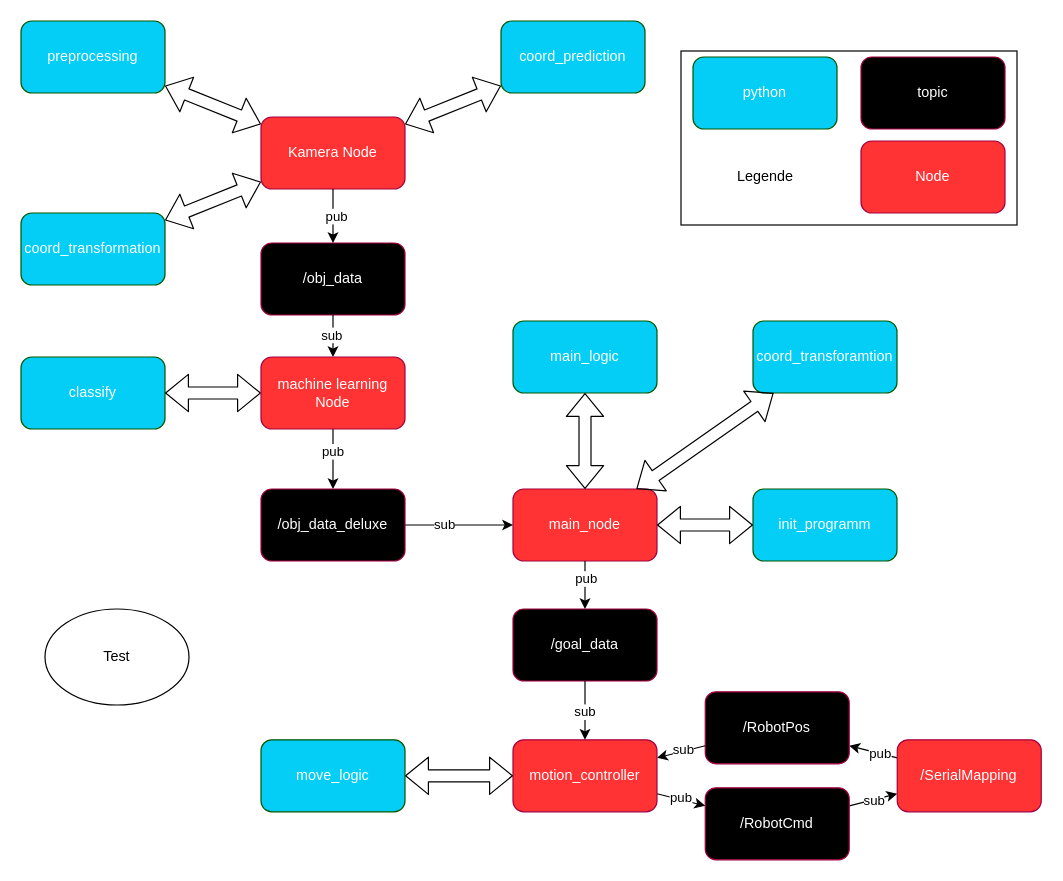
The draw.io diagram misc/SW_architecture_simple.drawio in ibinsandig/Portal-zur-Exmatrikulation, before the edit. Source tidied: cells renumbered, new cells numbered last; positions are measured from the earlier drawing's top-left corner, leaving out a move shared by most shapes. Both pictures are drawn from the tidied source at 120%, with x=0, y=0 at pixel (20, 20).
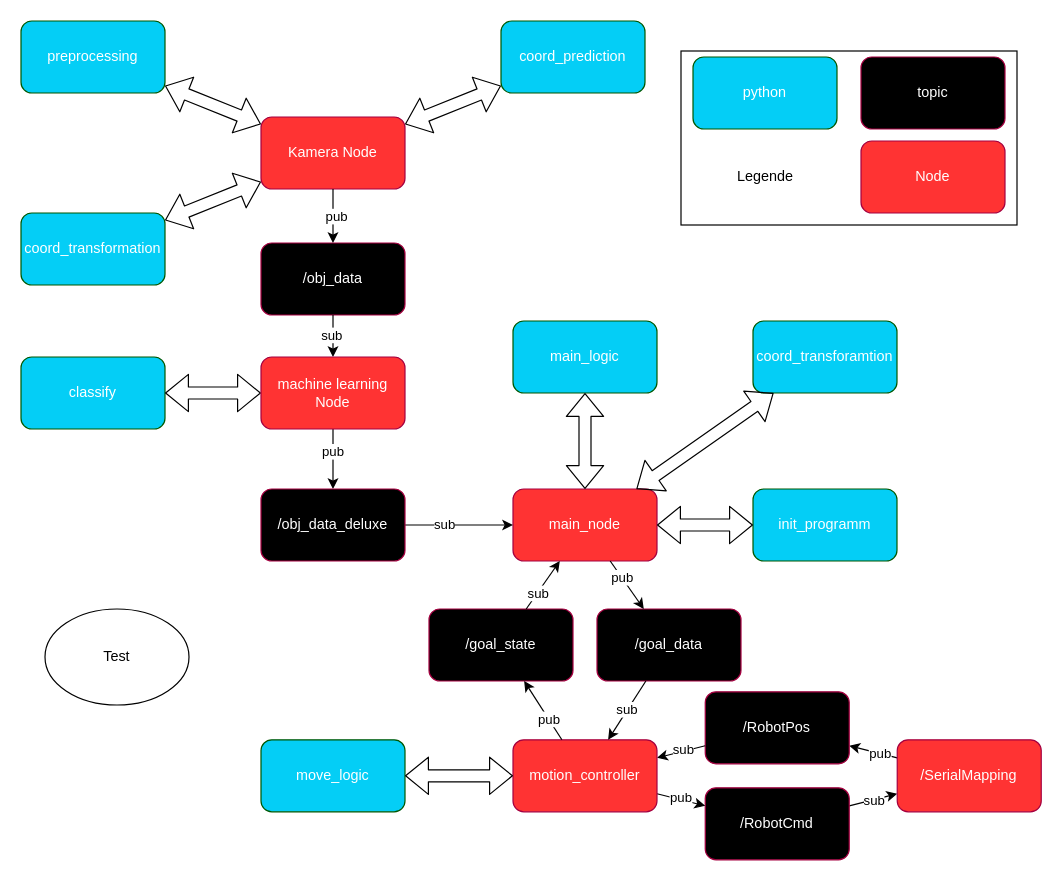
The same page after the edit.

Unchanged cells that the change refers to:
```xml
<mxCell id="12" value="main_node" style="rounded=1;whiteSpace=wrap;html=1;fillColor=#FF3333;fontColor=#ffffff;strokeColor=#A50040;" parent="1" vertex="1">
  <mxGeometry x="410" y="390" width="120" height="60" as="geometry" />
</mxCell>
<mxCell id="28" value="motion_controller" style="rounded=1;whiteSpace=wrap;html=1;fillColor=#FF3333;fontColor=#ffffff;strokeColor=#A50040;" parent="1" vertex="1">
  <mxGeometry x="410" y="599" width="120" height="60" as="geometry" />
</mxCell>
```

Diff of the diagram source:
```diff
@@
     <mxCell id="27" value="/goal_data" style="rounded=1;whiteSpace=wrap;html=1;fillColor=light-dark(#000000, #ff7777);fontColor=#ffffff;strokeColor=#A50040;" parent="1" vertex="1">
-      <mxGeometry x="410" y="490" width="120" height="60" as="geometry" />
+      <mxGeometry x="480" y="490" width="120" height="60" as="geometry" />
     </mxCell>
@@
+    <mxCell id="54" value="/goal_state" style="rounded=1;whiteSpace=wrap;html=1;fillColor=light-dark(#000000, #ff7777);fontColor=#ffffff;strokeColor=#A50040;" parent="1" vertex="1">
+      <mxGeometry x="340" y="490" width="120" height="60" as="geometry" />
+    </mxCell>
+    <mxCell id="55" style="edgeStyle=none;html=1;" parent="1" edge="1" source="54" target="12">
+      <mxGeometry relative="1" as="geometry" />
+    </mxCell>
+    <mxCell id="56" value="sub" style="edgeLabel;html=1;align=center;verticalAlign=middle;" parent="55" vertex="1">
+      <mxGeometry x="-0.29" relative="1" as="geometry" />
+    </mxCell>
+    <mxCell id="57" style="edgeStyle=none;html=1;fontStyle=1;" parent="1" edge="1" source="28" target="54">
+      <mxGeometry relative="1" as="geometry" />
+    </mxCell>
+    <mxCell id="58" value="pub" style="edgeLabel;html=1;align=center;verticalAlign=middle;" parent="57" vertex="1">
+      <mxGeometry x="-0.29" relative="1" as="geometry" />
+    </mxCell>
```
